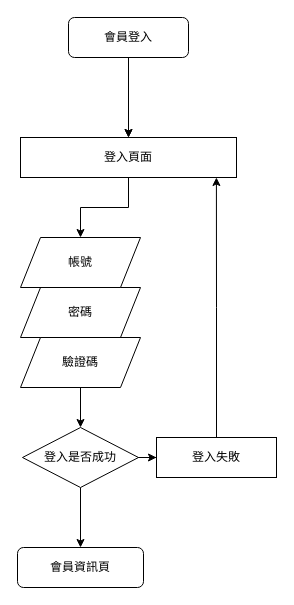
This is 定位系統.drawio from Josh1216/draw.io_test, a draw.io file, before an edit. Source tidied: cells renumbered, new cells numbered last; positions are measured from the earlier drawing's top-left corner, leaving out a move shared by most shapes. Both pictures are drawn from the tidied source at 100%, with x=0, y=0 at pixel (17, 17).
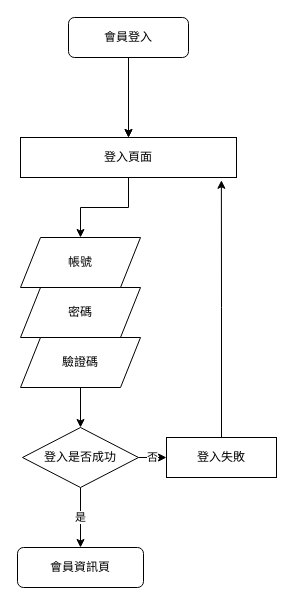
The same page after the edit.

Commit message (it also covers changes not shown here):
更新定位系統.drawio

Diff of the diagram source:
```diff
@@
 <mxGraphModel>
   <root>
     <mxCell id="0" />
     <mxCell id="1" parent="0" />
     <mxCell id="2" style="edgeStyle=orthogonalEdgeStyle;rounded=0;jettySize=auto;html=1;" parent="1" edge="1" source="4" target="7">
       <mxGeometry relative="1" as="geometry" />
     </mxCell>
     <mxCell id="3" style="edgeStyle=orthogonalEdgeStyle;rounded=0;jettySize=auto;html=1;exitX=0.5;exitY=1;exitDx=0;exitDy=0;entryX=0.5;entryY=0;entryDx=0;entryDy=0;" parent="1" edge="1" source="4" target="7">
       <mxGeometry relative="1" as="geometry" />
     </mxCell>
     <mxCell id="4" value="會員登入" style="rounded=1;whiteSpace=wrap;html=1;" parent="1" vertex="1">
       <mxGeometry x="51" width="120" height="40" as="geometry" />
     </mxCell>
     <mxCell id="5" value="會員資訊頁" style="rounded=1;whiteSpace=wrap;html=1;" parent="1" vertex="1">
       <mxGeometry y="530" width="126" height="40" as="geometry" />
     </mxCell>
     <mxCell id="6" style="edgeStyle=orthogonalEdgeStyle;rounded=0;jettySize=auto;html=1;entryX=0.5;entryY=0;entryDx=0;entryDy=0;" parent="1" edge="1" source="7" target="12">
       <mxGeometry relative="1" as="geometry" />
     </mxCell>
     <mxCell id="7" value="登入頁面" style="rounded=0;whiteSpace=wrap;html=1;" parent="1" vertex="1">
       <mxGeometry x="3" y="120" width="216" height="40" as="geometry" />
     </mxCell>
     <mxCell id="8" value="密碼" style="shape=parallelogram;perimeter=parallelogramPerimeter;whiteSpace=wrap;html=1;fixedSize=1;" parent="1" vertex="1">
       <mxGeometry x="3" y="270" width="120" height="50" as="geometry" />
     </mxCell>
-    <mxCell id="9" style="edgeStyle=orthogonalEdgeStyle;rounded=0;jettySize=auto;html=1;" parent="1" edge="1" source="11" target="14">
+    <mxCell id="9" value="否" style="edgeStyle=orthogonalEdgeStyle;rounded=0;jettySize=auto;html=1;" parent="1" edge="1" source="11" target="14">
       <mxGeometry relative="1" as="geometry" />
     </mxCell>
-    <mxCell id="10" style="edgeStyle=orthogonalEdgeStyle;rounded=0;jettySize=auto;html=1;" parent="1" edge="1" source="11" target="5">
+    <mxCell id="10" value="是" style="edgeStyle=orthogonalEdgeStyle;rounded=0;jettySize=auto;html=1;" parent="1" edge="1" source="11" target="5">
       <mxGeometry relative="1" as="geometry" />
     </mxCell>
     <mxCell id="11" value="登入是否成功" style="rhombus;whiteSpace=wrap;html=1;" parent="1" vertex="1">
       <mxGeometry x="5" y="410" width="116" height="60" as="geometry" />
     </mxCell>
     <mxCell id="12" value="帳號" style="shape=parallelogram;perimeter=parallelogramPerimeter;whiteSpace=wrap;html=1;fixedSize=1;" parent="1" vertex="1">
       <mxGeometry x="3" y="220" width="120" height="50" as="geometry" />
     </mxCell>
-    <mxCell id="13" style="edgeStyle=orthogonalEdgeStyle;rounded=0;jettySize=auto;html=1;entryX=0.907;entryY=1;entryDx=0;entryDy=0;entryPerimeter=0;" parent="1" edge="1" source="14" target="7">
+    <mxCell id="13" style="edgeStyle=orthogonalEdgeStyle;rounded=0;jettySize=auto;html=1;entryX=0.93;entryY=1.07;entryDx=0;entryDy=0;entryPerimeter=0;" parent="1" edge="1" source="14" target="7">
       <mxGeometry relative="1" as="geometry" />
     </mxCell>
     <mxCell id="14" value="登入失敗" style="rounded=0;whiteSpace=wrap;html=1;" parent="1" vertex="1">
-      <mxGeometry x="139" y="420" width="120" height="40" as="geometry" />
+      <mxGeometry x="149" y="420" width="110" height="40" as="geometry" />
     </mxCell>
     <mxCell id="15" style="edgeStyle=orthogonalEdgeStyle;rounded=0;jettySize=auto;html=1;" parent="1" edge="1" source="16" target="11">
       <mxGeometry relative="1" as="geometry" />
     </mxCell>
     <mxCell id="16" value="驗證碼" style="shape=parallelogram;perimeter=parallelogramPerimeter;whiteSpace=wrap;html=1;fixedSize=1;" parent="1" vertex="1">
       <mxGeometry x="3" y="320" width="120" height="50" as="geometry" />
     </mxCell>
   </root>
 </mxGraphModel>
```
